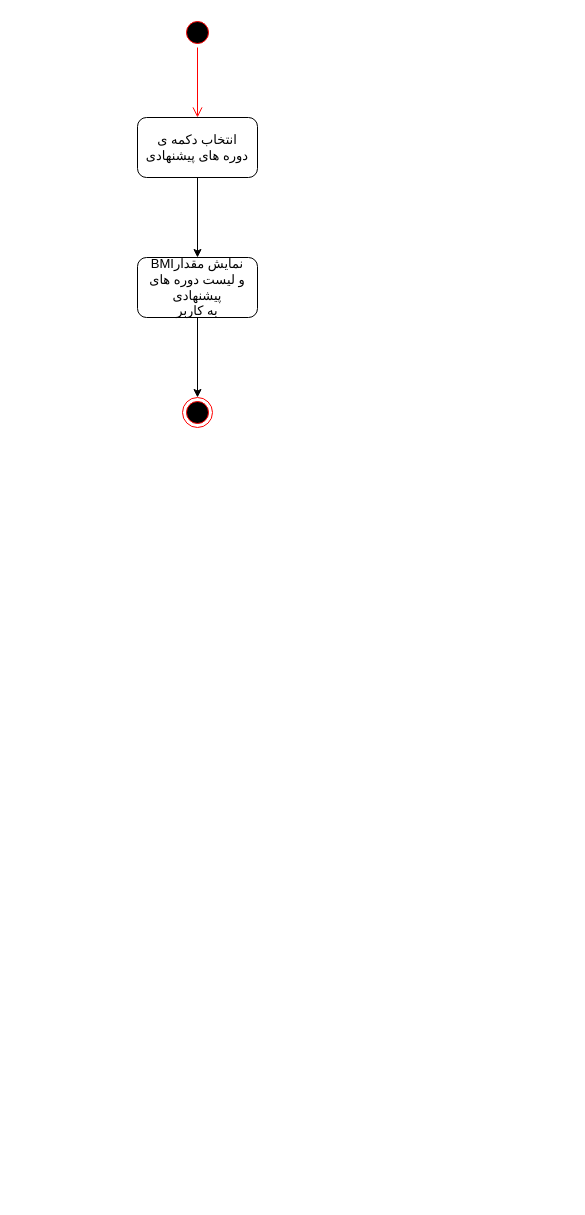
Above: Docs./ActivityDiagram-Community.drawio in ShadiMe-flutter/Workout (draw.io), before the change. Source tidied: cells renumbered, new cells numbered last; positions are measured from the earlier drawing's top-left corner, leaving out a move shared by most shapes. Both pictures are drawn from the tidied source at 100%, with x=0, y=0 at pixel (137, 17).
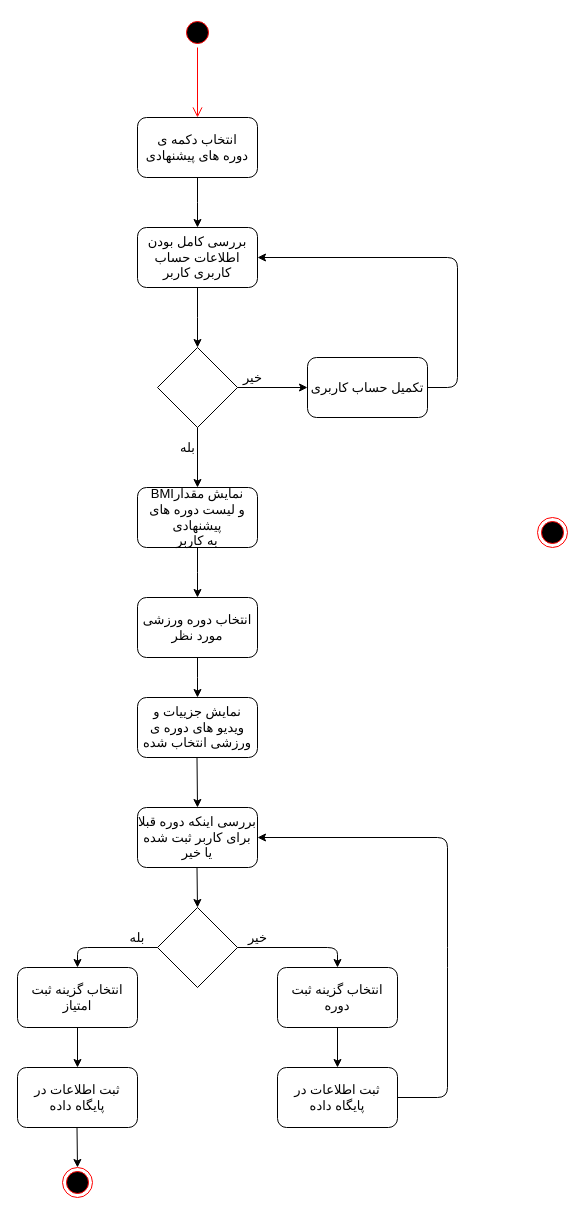
After the change.

Unchanged cells that the change refers to:
```xml
<mxCell id="5" value="&lt;div style=&quot;font-size: 13px&quot;&gt;&lt;font style=&quot;font-size: 13px&quot; face=&quot;B Zar&quot;&gt;انتخاب دکمه ی &lt;br&gt;&lt;/font&gt;&lt;/div&gt;&lt;div style=&quot;font-size: 13px&quot;&gt;&lt;font style=&quot;font-size: 13px&quot; face=&quot;B Zar&quot;&gt;دوره های پیشنهادی&lt;/font&gt;&lt;br&gt;&lt;/div&gt;" style="rounded=1;whiteSpace=wrap;html=1;" parent="1" vertex="1">
  <mxGeometry y="100" width="120" height="60" as="geometry" />
</mxCell>
```

Change to the diagram source:
```diff
@@
-    <mxCell id="4" style="edgeStyle=orthogonalEdgeStyle;rounded=0;jettySize=auto;html=1;" parent="1" edge="1" source="5" target="7">
-      <mxGeometry relative="1" as="geometry" />
+    <mxCell id="4" style="edgeStyle=orthogonalEdgeStyle;rounded=0;jettySize=auto;html=1;" parent="1" edge="1" source="5">
+      <mxGeometry relative="1" as="geometry">
+        <mxPoint x="60" y="210" as="targetPoint" />
+      </mxGeometry>
     </mxCell>
@@
-    <mxCell id="6" style="edgeStyle=orthogonalEdgeStyle;rounded=0;jettySize=auto;html=1;entryX=0.5;entryY=0;entryDx=0;entryDy=0;" parent="1" edge="1" source="7" target="8">
-      <mxGeometry relative="1" as="geometry" />
+    <mxCell id="6" style="edgeStyle=orthogonalEdgeStyle;rounded=0;jettySize=auto;html=1;entryX=0.5;entryY=0;entryDx=0;entryDy=0;" parent="1" edge="1" source="7">
+      <mxGeometry relative="1" as="geometry">
+        <mxPoint x="60" y="580" as="targetPoint" />
+      </mxGeometry>
     </mxCell>
     <mxCell id="7" value="&lt;font face=&quot;B Zar&quot; style=&quot;font-size: 13px&quot;&gt;BMIنمایش مقدار&lt;br&gt;و&amp;nbsp;لیست دوره های پیشنهادی&lt;br&gt;&amp;nbsp;به کاربر&amp;nbsp;&lt;/font&gt;" style="rounded=1;whiteSpace=wrap;html=1;" parent="1" vertex="1">
-      <mxGeometry y="240" width="120" height="60" as="geometry" />
+      <mxGeometry y="470" width="120" height="60" as="geometry" />
     </mxCell>
-    <mxCell id="8" style="ellipse;html=1;shape=endState;fillColor=#000000;strokeColor=#ff0000;" parent="1" vertex="1">
-      <mxGeometry x="45" y="380" width="30" height="30" as="geometry" />
-    </mxCell>
+    <mxCell id="9" value="&lt;font face=&quot;B Zar&quot;&gt;&lt;span style=&quot;font-size: 13px&quot;&gt;بررسی کامل بودن اطلاعات حساب کاربری کاربر&lt;/span&gt;&lt;/font&gt;" style="rounded=1;whiteSpace=wrap;html=1;" parent="1" vertex="1">
+      <mxGeometry y="210" width="120" height="60" as="geometry" />
+    </mxCell>
+    <mxCell id="10" style="rhombus;whiteSpace=wrap;html=1;fontFamily=B Zar;fontSize=13;" parent="1" vertex="1">
+      <mxGeometry x="20" y="330" width="80" height="80" as="geometry" />
+    </mxCell>
+    <mxCell id="11" style="edgeStyle=orthogonalEdgeStyle;rounded=0;jettySize=auto;html=1;exitX=0.5;exitY=1;exitDx=0;exitDy=0;" parent="1" edge="1" source="9">
+      <mxGeometry relative="1" as="geometry">
+        <mxPoint x="60" y="330" as="targetPoint" />
+      </mxGeometry>
+    </mxCell>
+    <mxCell id="12" style="ellipse;html=1;shape=endState;fillColor=#000000;strokeColor=#ff0000;" parent="1" vertex="1">
+      <mxGeometry x="400" y="500" width="30" height="30" as="geometry" />
+    </mxCell>
+    <mxCell id="13" style="edgeStyle=orthogonalEdgeStyle;rounded=0;jettySize=auto;html=1;exitX=0.5;exitY=1;exitDx=0;exitDy=0;entryX=0.5;entryY=0;entryDx=0;entryDy=0;" parent="1" edge="1" source="10" target="7">
+      <mxGeometry relative="1" as="geometry" />
+    </mxCell>
+    <mxCell id="14" style="endArrow=classic;html=1;exitX=1;exitY=0.5;exitDx=0;exitDy=0;" parent="1" edge="1" source="10">
+      <mxGeometry relative="1" as="geometry">
+        <mxPoint x="170" y="370" as="targetPoint" />
+      </mxGeometry>
+    </mxCell>
+    <mxCell id="15" value="&lt;font face=&quot;B Zar&quot;&gt;&lt;span style=&quot;font-size: 13px&quot;&gt;تکمیل حساب کاربری&lt;/span&gt;&lt;/font&gt;" style="rounded=1;whiteSpace=wrap;html=1;" parent="1" vertex="1">
+      <mxGeometry x="170" y="340" width="120" height="60" as="geometry" />
+    </mxCell>
+    <mxCell id="16" style="endArrow=classic;html=1;exitX=1;exitY=0.5;exitDx=0;exitDy=0;entryX=1;entryY=0.5;entryDx=0;entryDy=0;" parent="1" edge="1" source="15" target="9">
+      <mxGeometry relative="1" as="geometry">
+        <Array as="points">
+          <mxPoint x="320" y="370" />
+          <mxPoint x="320" y="240" />
+        </Array>
+      </mxGeometry>
+    </mxCell>
+    <mxCell id="17" value="&lt;font face=&quot;B Zar&quot; style=&quot;font-size: 13px&quot;&gt;خیر&lt;/font&gt;" style="text;html=1;align=center;verticalAlign=middle;strokeColor=none;" parent="1" vertex="1">
+      <mxGeometry x="100" y="350" width="30" height="20" as="geometry" />
+    </mxCell>
+    <mxCell id="18" value="&lt;font face=&quot;B Zar&quot; style=&quot;font-size: 13px&quot;&gt;بله&lt;/font&gt;" style="text;html=1;align=center;verticalAlign=middle;strokeColor=none;" parent="1" vertex="1">
+      <mxGeometry x="40" y="420" width="20" height="20" as="geometry" />
+    </mxCell>
+    <mxCell id="19" style="edgeStyle=orthogonalEdgeStyle;rounded=0;jettySize=auto;html=1;" parent="1" edge="1" source="20">
+      <mxGeometry relative="1" as="geometry">
+        <mxPoint x="60" y="680" as="targetPoint" />
+      </mxGeometry>
+    </mxCell>
+    <mxCell id="20" value="&lt;div&gt;&lt;font style=&quot;font-size: 13px&quot; face=&quot;B Zar&quot;&gt;انتخاب دوره ورزشی مورد نظر&lt;/font&gt;&lt;/div&gt;" style="rounded=1;whiteSpace=wrap;html=1;" parent="1" vertex="1">
+      <mxGeometry y="580" width="120" height="60" as="geometry" />
+    </mxCell>
+    <mxCell id="21" style="ellipse;html=1;shape=endState;fillColor=#000000;strokeColor=#ff0000;" parent="1" vertex="1">
+      <mxGeometry x="-75" y="1150" width="30" height="30" as="geometry" />
+    </mxCell>
+    <mxCell id="22" value="&lt;font style=&quot;font-size: 13px&quot; face=&quot;B Zar&quot;&gt;ثبت اطلاعات در پایگاه داده&lt;/font&gt;" style="rounded=1;whiteSpace=wrap;html=1;" parent="1" vertex="1">
+      <mxGeometry x="-120" y="1050" width="120" height="60" as="geometry" />
+    </mxCell>
+    <mxCell id="23" style="endArrow=classic;html=1;" parent="1" edge="1">
+      <mxGeometry relative="1" as="geometry">
+        <mxPoint x="-60.5" y="1110" as="sourcePoint" />
+        <mxPoint x="-60" y="1150" as="targetPoint" />
+      </mxGeometry>
+    </mxCell>
+    <mxCell id="24" value="&lt;div&gt;&lt;font face=&quot;B Zar&quot; style=&quot;font-size: 13px&quot;&gt;بررسی اینکه دوره قبلا برای کاربر ثبت شده یا خیر&lt;/font&gt;&lt;/div&gt;" style="rounded=1;whiteSpace=wrap;html=1;" parent="1" vertex="1">
+      <mxGeometry y="790" width="120" height="60" as="geometry" />
+    </mxCell>
+    <mxCell id="25" value="&lt;font face=&quot;B Zar&quot; style=&quot;font-size: 13px&quot;&gt;انتخاب گزینه ثبت امتیاز&lt;/font&gt;" style="rounded=1;whiteSpace=wrap;html=1;" parent="1" vertex="1">
+      <mxGeometry x="-120" y="950" width="120" height="60" as="geometry" />
+    </mxCell>
+    <mxCell id="26" style="endArrow=classic;html=1;" parent="1" edge="1">
+      <mxGeometry relative="1" as="geometry">
+        <mxPoint x="59.5" y="850" as="sourcePoint" />
+        <mxPoint x="60" y="890" as="targetPoint" />
+      </mxGeometry>
+    </mxCell>
+    <mxCell id="27" value="&lt;font face=&quot;B Zar&quot; style=&quot;font-size: 13px&quot;&gt;نمایش جزییات و ویدیو های دوره ی ورزشی انتخاب شده&lt;/font&gt;" style="rounded=1;whiteSpace=wrap;html=1;" parent="1" vertex="1">
+      <mxGeometry y="680" width="120" height="60" as="geometry" />
+    </mxCell>
+    <mxCell id="28" style="endArrow=classic;html=1;" parent="1" edge="1">
+      <mxGeometry relative="1" as="geometry">
+        <mxPoint x="59.5" y="740" as="sourcePoint" />
+        <mxPoint x="60" y="790" as="targetPoint" />
+      </mxGeometry>
+    </mxCell>
+    <mxCell id="29" style="rhombus;whiteSpace=wrap;html=1;" parent="1" vertex="1">
+      <mxGeometry x="20" y="890" width="80" height="80" as="geometry" />
+    </mxCell>
+    <mxCell id="30" value="&lt;font face=&quot;B Zar&quot; style=&quot;font-size: 13px&quot;&gt;ثبت اطلاعات در پایگاه داده&lt;/font&gt;" style="rounded=1;whiteSpace=wrap;html=1;" parent="1" vertex="1">
+      <mxGeometry x="140" y="1050" width="120" height="60" as="geometry" />
+    </mxCell>
+    <mxCell id="31" style="endArrow=classic;html=1;exitX=1;exitY=0.5;exitDx=0;exitDy=0;entryX=1;entryY=0.5;entryDx=0;entryDy=0;" parent="1" edge="1" source="30" target="24">
+      <mxGeometry relative="1" as="geometry">
+        <Array as="points">
+          <mxPoint x="310" y="1080" />
+          <mxPoint x="310" y="940" />
+          <mxPoint x="310" y="820" />
+        </Array>
+      </mxGeometry>
+    </mxCell>
+    <mxCell id="32" value="&lt;font face=&quot;B Zar&quot; style=&quot;font-size: 13px&quot;&gt;انتخاب گزینه ثبت دوره&lt;/font&gt;" style="rounded=1;whiteSpace=wrap;html=1;" parent="1" vertex="1">
+      <mxGeometry x="140" y="950" width="120" height="60" as="geometry" />
+    </mxCell>
+    <mxCell id="33" style="endArrow=classic;html=1;entryX=0.5;entryY=0;entryDx=0;entryDy=0;exitX=0.5;exitY=1;exitDx=0;exitDy=0;" parent="1" edge="1" source="32" target="30">
+      <mxGeometry relative="1" as="geometry" />
+    </mxCell>
+    <mxCell id="34" style="endArrow=classic;html=1;exitX=1;exitY=0.5;exitDx=0;exitDy=0;entryX=0.5;entryY=0;entryDx=0;entryDy=0;" parent="1" edge="1" source="29" target="32">
+      <mxGeometry relative="1" as="geometry">
+        <Array as="points">
+          <mxPoint x="200" y="930" />
+        </Array>
+      </mxGeometry>
+    </mxCell>
+    <mxCell id="35" style="endArrow=classic;html=1;entryX=0.5;entryY=0;entryDx=0;entryDy=0;" parent="1" edge="1" target="25">
+      <mxGeometry relative="1" as="geometry">
+        <mxPoint x="20" y="930" as="sourcePoint" />
+        <Array as="points">
+          <mxPoint x="-60" y="930" />
+        </Array>
+      </mxGeometry>
+    </mxCell>
+    <mxCell id="36" style="endArrow=classic;html=1;exitX=0.5;exitY=1;exitDx=0;exitDy=0;entryX=0.5;entryY=0;entryDx=0;entryDy=0;" parent="1" edge="1" source="25" target="22">
+      <mxGeometry relative="1" as="geometry" />
+    </mxCell>
+    <mxCell id="37" value="&lt;font face=&quot;B Zar&quot; style=&quot;font-size: 13px&quot;&gt;بله&lt;/font&gt;" style="text;html=1;strokeColor=none;fillColor=none;align=center;verticalAlign=middle;whiteSpace=wrap;rounded=0;" parent="1" vertex="1">
+      <mxGeometry x="-20" y="910" width="40" height="20" as="geometry" />
+    </mxCell>
+    <mxCell id="38" value="&lt;font face=&quot;B Zar&quot; style=&quot;font-size: 13px&quot;&gt;خیر&lt;/font&gt;" style="text;html=1;align=center;verticalAlign=middle;strokeColor=none;" parent="1" vertex="1">
+      <mxGeometry x="105" y="910" width="30" height="20" as="geometry" />
+    </mxCell>
```
